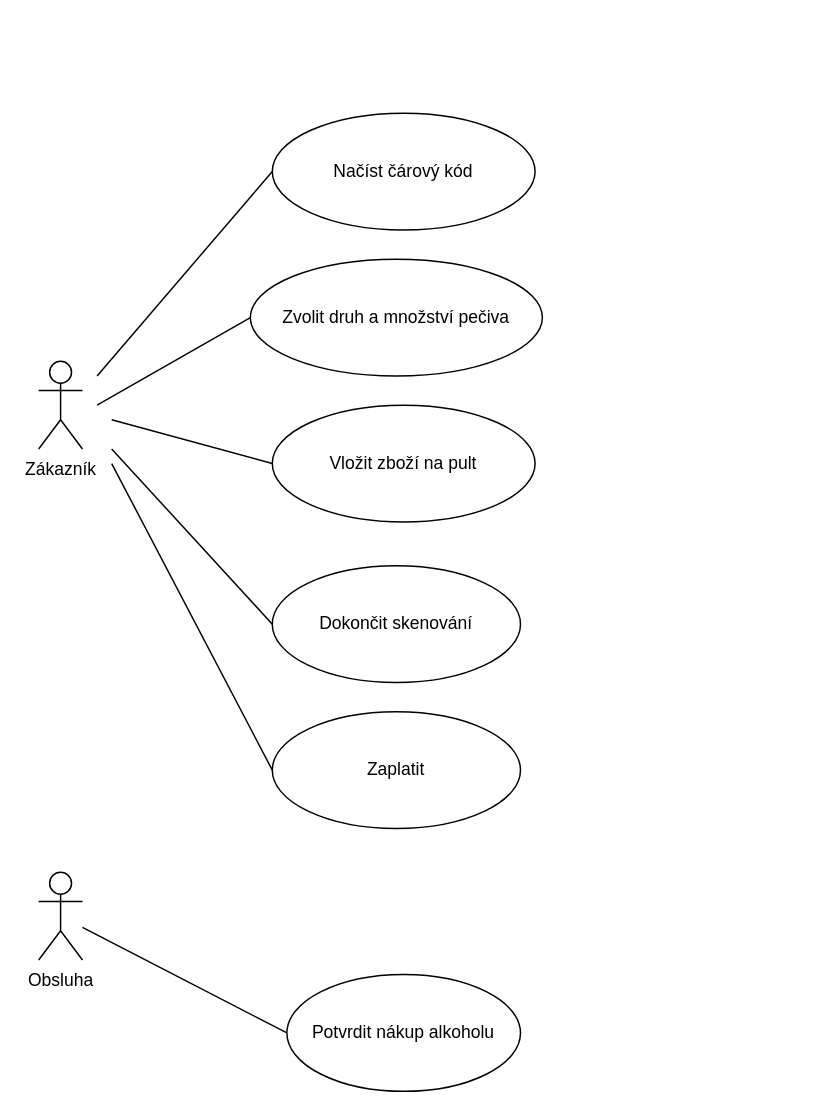
The draw.io diagram pokladna.drawio in CernyDavid/diagrams.net, before the edit. Source tidied: cells renumbered, new cells numbered last; positions are measured from the earlier drawing's top-left corner, leaving out a move shared by most shapes. Both pictures are drawn from the tidied source at 146%, with x=0, y=0 at pixel (38, 112).
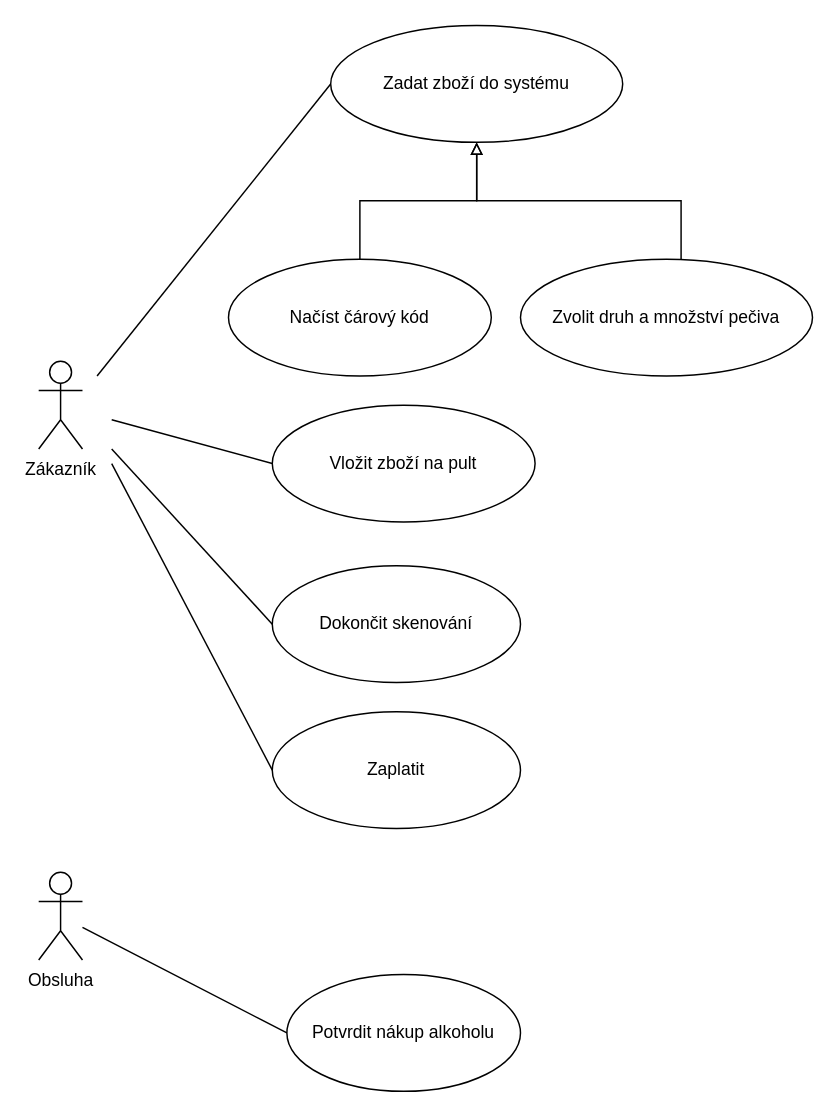
The same diagram, later.

Change to the diagram source:
```diff
@@
+    <mxCell id="16" style="edgeStyle=orthogonalEdgeStyle;rounded=0;jettySize=auto;html=1;endArrow=block;endFill=0;" parent="1" edge="1" source="3" target="18">
+      <mxGeometry relative="1" as="geometry" />
+    </mxCell>
     <mxCell id="3" value="Načíst čárový kód" style="ellipse;whiteSpace=wrap;html=1;" parent="1" vertex="1">
-      <mxGeometry x="160" width="180" height="80" as="geometry" />
+      <mxGeometry x="130" y="100" width="180" height="80" as="geometry" />
     </mxCell>
@@
+    <mxCell id="17" style="edgeStyle=orthogonalEdgeStyle;rounded=0;jettySize=auto;html=1;entryX=0.5;entryY=1;entryDx=0;entryDy=0;endArrow=block;endFill=0;" parent="1" edge="1" source="9" target="18">
+      <mxGeometry relative="1" as="geometry">
+        <Array as="points">
+          <mxPoint x="440" y="60" />
+          <mxPoint x="300" y="60" />
+        </Array>
+      </mxGeometry>
+    </mxCell>
     <mxCell id="9" value="Zvolit druh a množství pečiva" style="ellipse;whiteSpace=wrap;html=1;" parent="1" vertex="1">
-      <mxGeometry x="145" y="100" width="200" height="80" as="geometry" />
+      <mxGeometry x="330" y="100" width="200" height="80" as="geometry" />
     </mxCell>
-    <mxCell id="10" style="endArrow=none;html=1;rounded=0;entryX=0;entryY=0.5;entryDx=0;entryDy=0;" parent="1" edge="1" target="3">
+    <mxCell id="10" style="endArrow=none;html=1;rounded=0;entryX=0;entryY=0.5;entryDx=0;entryDy=0;" parent="1" edge="1" target="18">
       <mxGeometry relative="1" as="geometry">
         <mxPoint x="40" y="180" as="sourcePoint" />
       </mxGeometry>
     </mxCell>
-    <mxCell id="11" style="endArrow=none;html=1;rounded=0;entryX=0;entryY=0.5;entryDx=0;entryDy=0;" parent="1" edge="1" target="9">
-      <mxGeometry relative="1" as="geometry">
-        <mxPoint x="40" y="200" as="sourcePoint" />
-      </mxGeometry>
-    </mxCell>
@@
+    <mxCell id="18" value="Zadat zboží do systému" style="ellipse;whiteSpace=wrap;html=1;" parent="1" vertex="1">
+      <mxGeometry x="200" y="-60" width="200" height="80" as="geometry" />
+    </mxCell>
```
